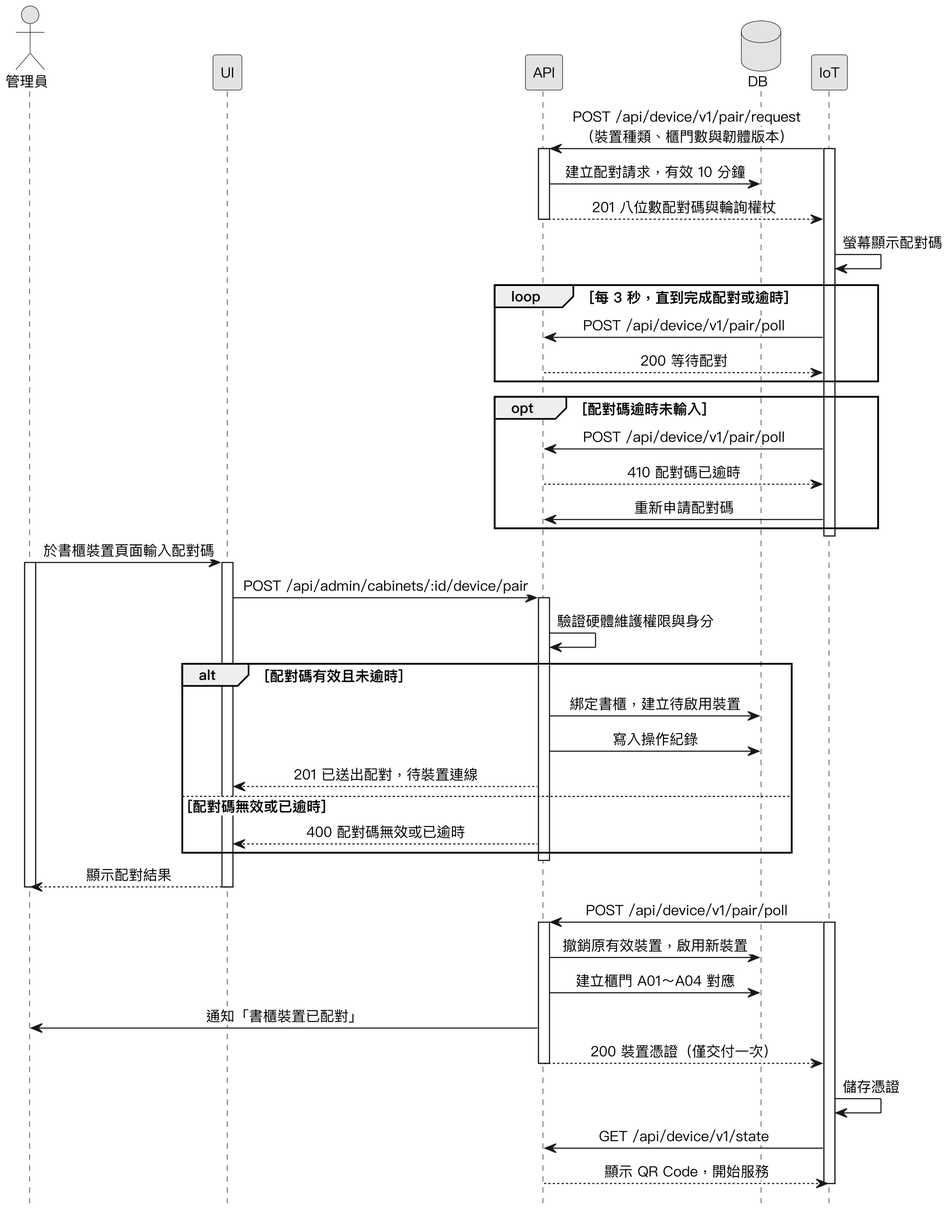
Earlier version of the PlantUML export Diagrams/Sequence Diagrams/v3/seq_cabinet_pairing.png (SaveMyBook/SaveMyBook). Its diagram source:
```plantuml
@startuml
skinparam monochrome true
skinparam shadowing false
skinparam dpi 220
skinparam defaultFontName "PingFang TC"
skinparam defaultFontSize 13
skinparam sequenceMessageAlign center
skinparam ParticipantPadding 18
hide footbox

actor 管理員
participant UI
participant API
database DB
participant IoT

IoT -> API : POST /api/device/v1/pair/request\n（裝置種類、櫃門數與韌體版本）
activate IoT
activate API
API -> DB : 建立配對請求，有效 10 分鐘
API --> IoT : 201 八位數配對碼與輪詢權杖
deactivate API
IoT -> IoT : 螢幕顯示配對碼
loop 每 3 秒，直到完成配對或逾時
  IoT -> API : POST /api/device/v1/pair/poll
  API --> IoT : 200 等待配對
end
opt 配對碼逾時未輸入
  IoT -> API : POST /api/device/v1/pair/poll
  API --> IoT : 410 配對碼已逾時
  IoT -> API : 重新申請配對碼
end
deactivate IoT

管理員 -> UI : 於書櫃裝置頁面輸入配對碼
activate 管理員
activate UI
UI -> API : POST /api/admin/cabinets/:id/device/pair
activate API
API -> API : 驗證硬體維護權限與身分
alt 配對碼有效且未逾時
  API -> DB : 綁定書櫃，建立待啟用裝置
  API -> DB : 寫入操作紀錄
  API --> UI : 201 已送出配對，待裝置連線
else 配對碼無效或已逾時
  API --> UI : 400 配對碼無效或已逾時
end
deactivate API
UI --> 管理員 : 顯示配對結果
deactivate UI
deactivate 管理員

IoT -> API : POST /api/device/v1/pair/poll
activate IoT
activate API
API -> DB : 撤銷原有效裝置，啟用新裝置
API -> DB : 建立櫃門 A01～A04 對應
API -> 管理員 : 通知「書櫃裝置已配對」
API --> IoT : 200 裝置憑證（僅交付一次）
deactivate API
IoT -> IoT : 儲存憑證

IoT -> API : GET /api/device/v1/state
API --> IoT : 顯示 QR Code，開始服務
deactivate IoT
@enduml
```
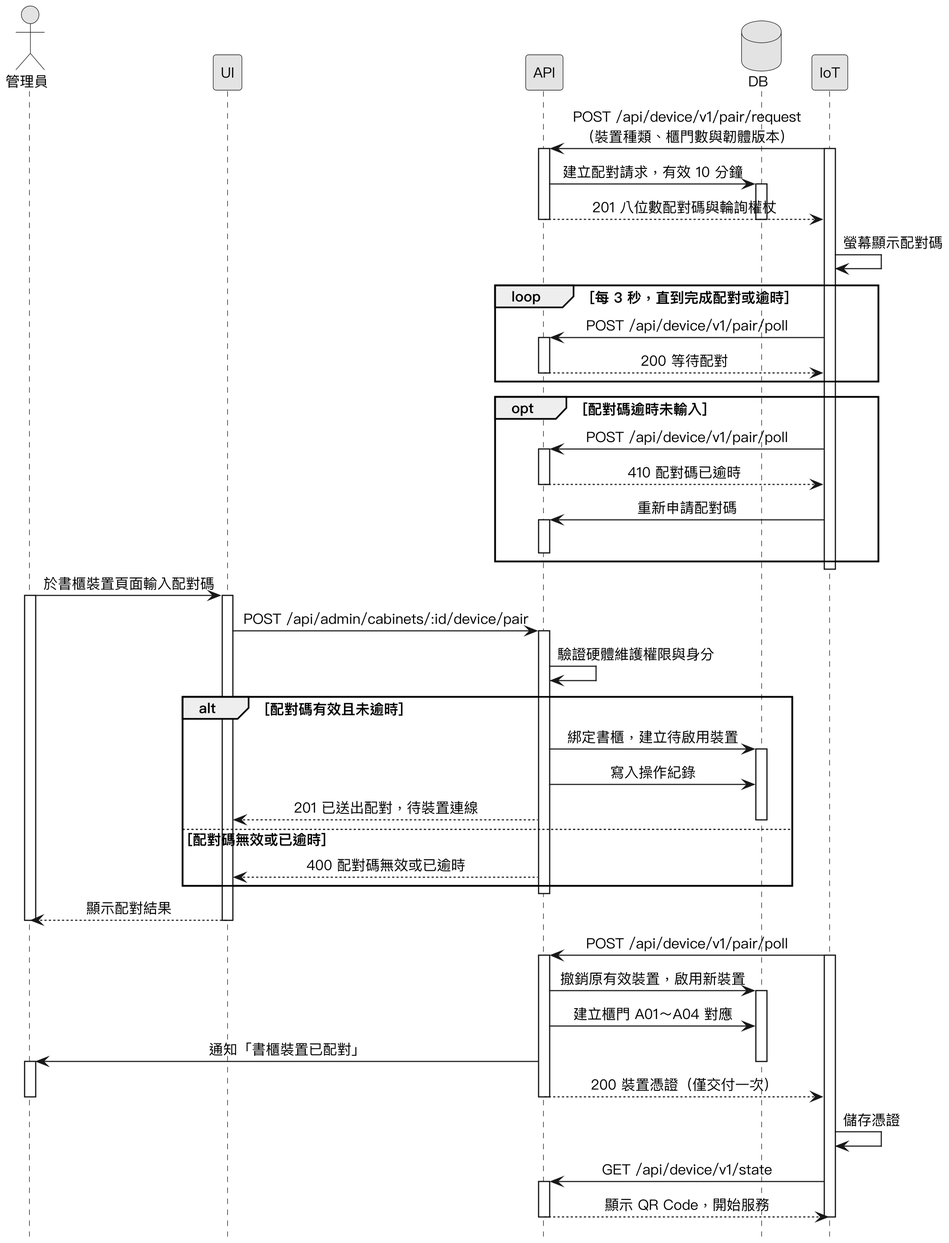
Above is the later version.

Change to the diagram source:
```diff
@@ -18,17 +18,24 @@
 activate IoT
 activate API
 API -> DB : 建立配對請求，有效 10 分鐘
+activate DB
 API --> IoT : 201 八位數配對碼與輪詢權杖
+deactivate DB
 deactivate API
 IoT -> IoT : 螢幕顯示配對碼
 loop 每 3 秒，直到完成配對或逾時
   IoT -> API : POST /api/device/v1/pair/poll
+  activate API
   API --> IoT : 200 等待配對
+  deactivate API
 end
 opt 配對碼逾時未輸入
   IoT -> API : POST /api/device/v1/pair/poll
+  activate API
   API --> IoT : 410 配對碼已逾時
-  IoT -> API : 重新申請配對碼
+  deactivate API
+  IoT -> API ++ : 重新申請配對碼
+  deactivate API
 end
 deactivate IoT
 
@@ -40,8 +47,10 @@
 API -> API : 驗證硬體維護權限與身分
 alt 配對碼有效且未逾時
   API -> DB : 綁定書櫃，建立待啟用裝置
+  activate DB
   API -> DB : 寫入操作紀錄
   API --> UI : 201 已送出配對，待裝置連線
+  deactivate DB
 else 配對碼無效或已逾時
   API --> UI : 400 配對碼無效或已逾時
 end
@@ -54,13 +63,19 @@
 activate IoT
 activate API
 API -> DB : 撤銷原有效裝置，啟用新裝置
+activate DB
 API -> DB : 建立櫃門 A01～A04 對應
 API -> 管理員 : 通知「書櫃裝置已配對」
+deactivate DB
+activate 管理員
 API --> IoT : 200 裝置憑證（僅交付一次）
+deactivate 管理員
 deactivate API
 IoT -> IoT : 儲存憑證
 
 IoT -> API : GET /api/device/v1/state
+activate API
 API --> IoT : 顯示 QR Code，開始服務
+deactivate API
 deactivate IoT
 @enduml
```
